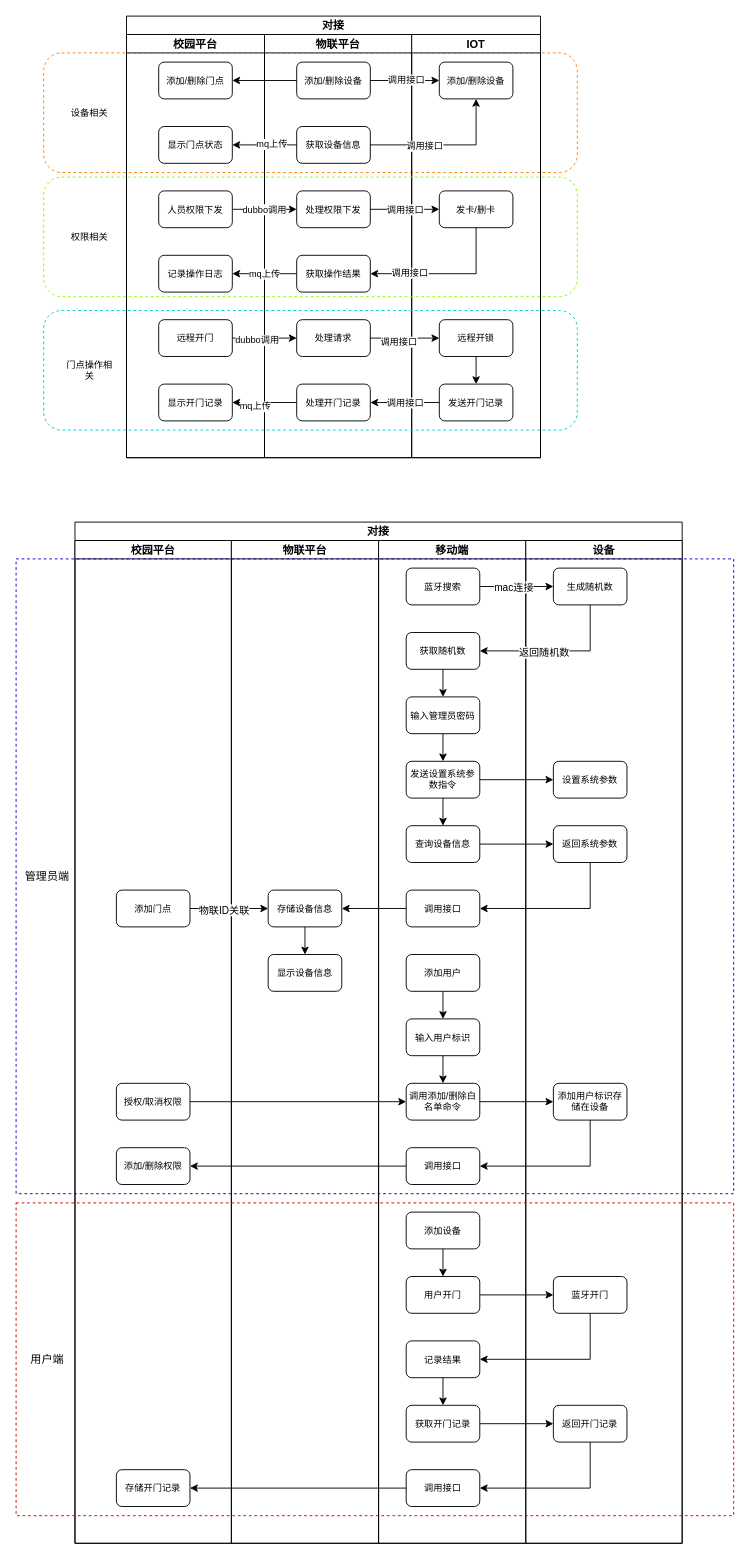
chaselch/chasel-draw-pic keeps this draw.io diagram as page "网关类型门锁对接" (1 of 2) of 禾田对接.drawio. Above is the earlier version. Source tidied: cells renumbered, new cells numbered last; positions are measured from the earlier drawing's top-left corner, leaving out a move shared by most shapes. Both pictures are drawn from the tidied source at 92%, with x=0, y=0 at pixel (16, 16).
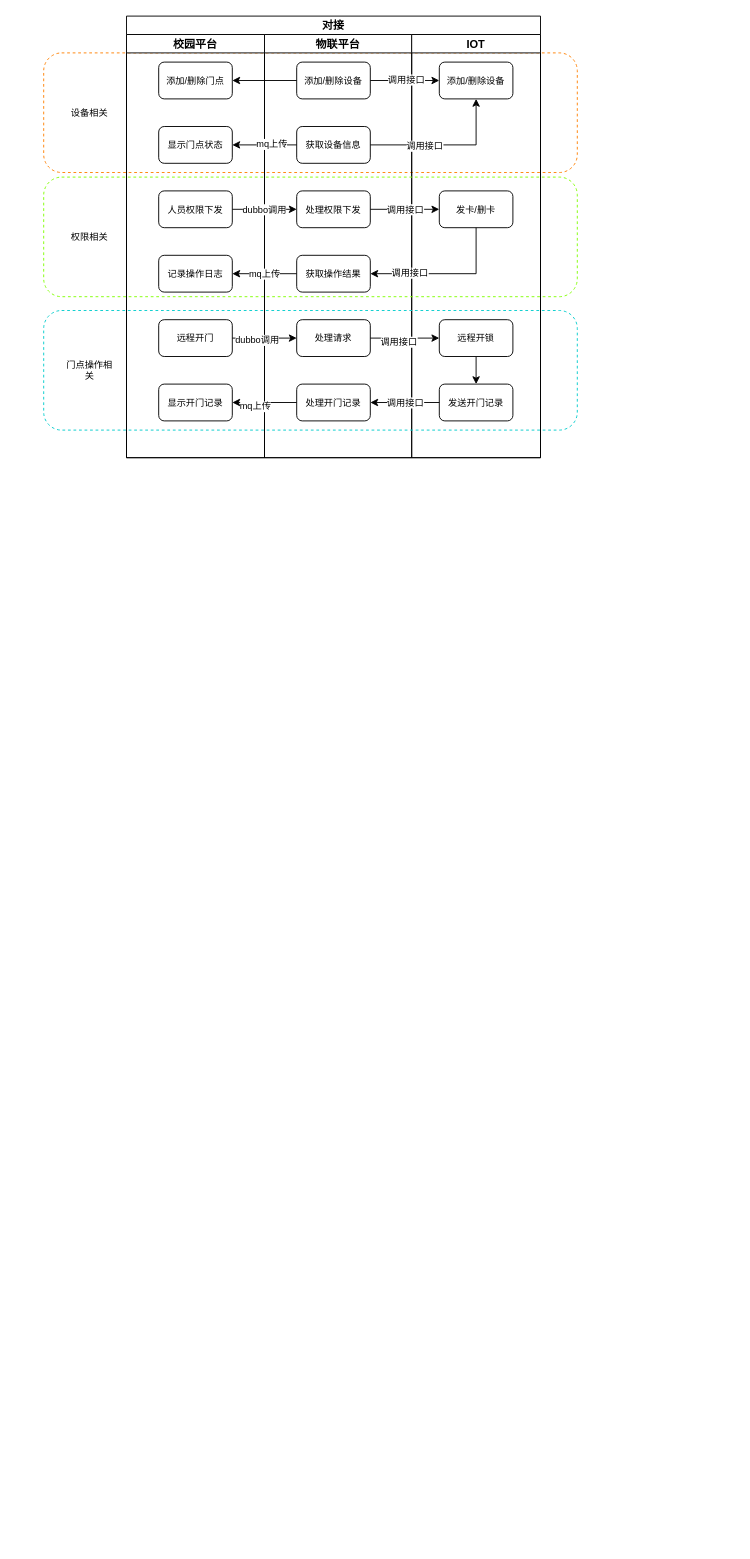
After the change.

Commit message:
更新禾田对接.drawio

Diff of the diagram source:
```diff
@@
-    <mxCell id="49" value="对接" style="swimlane;startSize=20;" parent="1" vertex="1">
-      <mxGeometry x="64" y="550" width="660" height="1110" as="geometry" />
-    </mxCell>
-    <mxCell id="50" value="校园平台" style="swimlane;startSize=20;" parent="49" vertex="1">
-      <mxGeometry y="20" width="170" height="1090" as="geometry" />
-    </mxCell>
-    <mxCell id="51" value="添加门点" style="rounded=1;whiteSpace=wrap;html=1;fontSize=10;" parent="50" vertex="1">
-      <mxGeometry x="45" y="380" width="80" height="40" as="geometry" />
-    </mxCell>
-    <mxCell id="52" value="添加/删除权限" style="rounded=1;whiteSpace=wrap;html=1;fontSize=10;" parent="50" vertex="1">
-      <mxGeometry x="45" y="660" width="80" height="40" as="geometry" />
-    </mxCell>
-    <mxCell id="53" value="授权/取消权限" style="rounded=1;whiteSpace=wrap;html=1;fontSize=10;" parent="50" vertex="1">
-      <mxGeometry x="45" y="590" width="80" height="40" as="geometry" />
-    </mxCell>
-    <mxCell id="54" value="存储开门记录" style="rounded=1;whiteSpace=wrap;html=1;fontSize=10;" parent="50" vertex="1">
-      <mxGeometry x="45" y="1010" width="80" height="40" as="geometry" />
-    </mxCell>
-    <mxCell id="55" value="物联平台" style="swimlane;startSize=20;" parent="49" vertex="1">
-      <mxGeometry x="170" y="20" width="160" height="1090" as="geometry" />
-    </mxCell>
-    <mxCell id="56" style="edgeStyle=orthogonalEdgeStyle;rounded=0;jettySize=auto;html=1;exitX=0.5;exitY=1;exitDx=0;exitDy=0;entryX=0.5;entryY=0;entryDx=0;entryDy=0;startArrow=none;startFill=0;endArrow=classic;endFill=1;" parent="55" edge="1" source="57" target="58">
-      <mxGeometry relative="1" as="geometry" />
-    </mxCell>
-    <mxCell id="57" value="存储设备信息" style="rounded=1;whiteSpace=wrap;html=1;fontSize=10;" parent="55" vertex="1">
-      <mxGeometry x="40" y="380" width="80" height="40" as="geometry" />
-    </mxCell>
-    <mxCell id="58" value="显示设备信息" style="rounded=1;whiteSpace=wrap;html=1;fontSize=10;" parent="55" vertex="1">
-      <mxGeometry x="40" y="450" width="80" height="40" as="geometry" />
-    </mxCell>
-    <mxCell id="59" value="移动端" style="swimlane;startSize=20;" parent="49" vertex="1">
-      <mxGeometry x="330" y="20" width="160" height="1090" as="geometry" />
-    </mxCell>
-    <mxCell id="60" value="蓝牙搜索" style="rounded=1;whiteSpace=wrap;html=1;fontSize=10;" parent="59" vertex="1">
-      <mxGeometry x="30" y="30" width="80" height="40" as="geometry" />
-    </mxCell>
-    <mxCell id="61" style="edgeStyle=orthogonalEdgeStyle;rounded=0;orthogonalLoop=1;jettySize=auto;html=1;exitX=0.5;exitY=1;exitDx=0;exitDy=0;entryX=0.5;entryY=0;entryDx=0;entryDy=0;fontSize=10;" parent="59" edge="1">
-      <mxGeometry relative="1" as="geometry">
-        <mxPoint x="70" y="380" as="targetPoint" />
-      </mxGeometry>
-    </mxCell>
-    <mxCell id="62" style="edgeStyle=orthogonalEdgeStyle;rounded=0;jettySize=auto;html=1;exitX=0.5;exitY=1;exitDx=0;exitDy=0;entryX=0.5;entryY=0;entryDx=0;entryDy=0;startArrow=none;startFill=0;endArrow=classic;endFill=1;" parent="59" edge="1" source="63" target="65">
-      <mxGeometry relative="1" as="geometry" />
-    </mxCell>
-    <mxCell id="63" value="获取随机数" style="rounded=1;whiteSpace=wrap;html=1;fontSize=10;" parent="59" vertex="1">
-      <mxGeometry x="30" y="100" width="80" height="40" as="geometry" />
-    </mxCell>
-    <mxCell id="64" style="edgeStyle=orthogonalEdgeStyle;rounded=0;jettySize=auto;html=1;exitX=0.5;exitY=1;exitDx=0;exitDy=0;entryX=0.5;entryY=0;entryDx=0;entryDy=0;startArrow=none;startFill=0;endArrow=classic;endFill=1;" parent="59" edge="1" source="65" target="67">
-      <mxGeometry relative="1" as="geometry" />
-    </mxCell>
-    <mxCell id="65" value="输入管理员密码" style="rounded=1;whiteSpace=wrap;html=1;fontSize=10;" parent="59" vertex="1">
-      <mxGeometry x="30" y="170" width="80" height="40" as="geometry" />
-    </mxCell>
-    <mxCell id="66" style="edgeStyle=orthogonalEdgeStyle;rounded=0;jettySize=auto;html=1;exitX=0.5;exitY=1;exitDx=0;exitDy=0;entryX=0.5;entryY=0;entryDx=0;entryDy=0;startArrow=none;startFill=0;endArrow=classic;endFill=1;" parent="59" edge="1" source="67" target="68">
-      <mxGeometry relative="1" as="geometry" />
-    </mxCell>
-    <mxCell id="67" value="发送设置系统参数指令" style="rounded=1;whiteSpace=wrap;html=1;fontSize=10;" parent="59" vertex="1">
-      <mxGeometry x="30" y="240" width="80" height="40" as="geometry" />
-    </mxCell>
-    <mxCell id="68" value="查询设备信息" style="rounded=1;whiteSpace=wrap;html=1;fontSize=10;" parent="59" vertex="1">
-      <mxGeometry x="30" y="310" width="80" height="40" as="geometry" />
-    </mxCell>
-    <mxCell id="69" value="调用接口" style="rounded=1;whiteSpace=wrap;html=1;fontSize=10;" parent="59" vertex="1">
-      <mxGeometry x="30" y="380" width="80" height="40" as="geometry" />
-    </mxCell>
-    <mxCell id="70" style="edgeStyle=orthogonalEdgeStyle;rounded=0;jettySize=auto;html=1;exitX=0.5;exitY=1;exitDx=0;exitDy=0;entryX=0.5;entryY=0;entryDx=0;entryDy=0;startArrow=none;startFill=0;endArrow=classic;endFill=1;" parent="59" edge="1" source="71" target="73">
-      <mxGeometry relative="1" as="geometry" />
-    </mxCell>
-    <mxCell id="71" value="添加用户" style="rounded=1;whiteSpace=wrap;html=1;fontSize=10;" parent="59" vertex="1">
-      <mxGeometry x="30" y="450" width="80" height="40" as="geometry" />
-    </mxCell>
-    <mxCell id="72" style="edgeStyle=orthogonalEdgeStyle;rounded=0;jettySize=auto;html=1;exitX=0.5;exitY=1;exitDx=0;exitDy=0;entryX=0.5;entryY=0;entryDx=0;entryDy=0;startArrow=none;startFill=0;endArrow=classic;endFill=1;" parent="59" edge="1" source="73" target="74">
-      <mxGeometry relative="1" as="geometry" />
-    </mxCell>
-    <mxCell id="73" value="输入用户标识" style="rounded=1;whiteSpace=wrap;html=1;fontSize=10;" parent="59" vertex="1">
-      <mxGeometry x="30" y="520" width="80" height="40" as="geometry" />
-    </mxCell>
-    <mxCell id="74" value="调用添加/删除白名单命令" style="rounded=1;whiteSpace=wrap;html=1;fontSize=10;" parent="59" vertex="1">
-      <mxGeometry x="30" y="590" width="80" height="40" as="geometry" />
-    </mxCell>
-    <mxCell id="75" value="调用接口" style="rounded=1;whiteSpace=wrap;html=1;fontSize=10;" parent="59" vertex="1">
-      <mxGeometry x="30" y="660" width="80" height="40" as="geometry" />
-    </mxCell>
-    <mxCell id="76" style="edgeStyle=orthogonalEdgeStyle;rounded=0;jettySize=auto;html=1;exitX=0.5;exitY=1;exitDx=0;exitDy=0;entryX=0.5;entryY=0;entryDx=0;entryDy=0;startArrow=none;startFill=0;endArrow=classic;endFill=1;" parent="59" edge="1" source="77" target="78">
-      <mxGeometry relative="1" as="geometry" />
-    </mxCell>
-    <mxCell id="77" value="添加设备" style="rounded=1;whiteSpace=wrap;html=1;fontSize=10;" parent="59" vertex="1">
-      <mxGeometry x="30" y="730" width="80" height="40" as="geometry" />
-    </mxCell>
-    <mxCell id="78" value="用户开门" style="rounded=1;whiteSpace=wrap;html=1;fontSize=10;" parent="59" vertex="1">
-      <mxGeometry x="30" y="800" width="80" height="40" as="geometry" />
-    </mxCell>
-    <mxCell id="79" value="获取开门记录" style="rounded=1;whiteSpace=wrap;html=1;fontSize=10;" parent="59" vertex="1">
-      <mxGeometry x="30" y="940" width="80" height="40" as="geometry" />
-    </mxCell>
-    <mxCell id="80" style="edgeStyle=orthogonalEdgeStyle;rounded=0;jettySize=auto;html=1;exitX=0.5;exitY=1;exitDx=0;exitDy=0;entryX=0.5;entryY=0;entryDx=0;entryDy=0;startArrow=none;startFill=0;endArrow=classic;endFill=1;" parent="59" edge="1" source="81" target="79">
-      <mxGeometry relative="1" as="geometry" />
-    </mxCell>
-    <mxCell id="81" value="记录结果" style="rounded=1;whiteSpace=wrap;html=1;fontSize=10;" parent="59" vertex="1">
-      <mxGeometry x="30" y="870" width="80" height="40" as="geometry" />
-    </mxCell>
-    <mxCell id="82" value="调用接口" style="rounded=1;whiteSpace=wrap;html=1;fontSize=10;" parent="59" vertex="1">
-      <mxGeometry x="30" y="1010" width="80" height="40" as="geometry" />
-    </mxCell>
-    <mxCell id="83" value="设备" style="swimlane;startSize=20;" parent="49" vertex="1">
-      <mxGeometry x="490" y="20" width="170" height="1090" as="geometry" />
-    </mxCell>
-    <mxCell id="84" value="生成随机数" style="rounded=1;whiteSpace=wrap;html=1;fontSize=10;" parent="83" vertex="1">
-      <mxGeometry x="30" y="30" width="80" height="40" as="geometry" />
-    </mxCell>
-    <mxCell id="85" style="edgeStyle=orthogonalEdgeStyle;rounded=0;orthogonalLoop=1;jettySize=auto;html=1;exitX=0.5;exitY=1;exitDx=0;exitDy=0;entryX=0.5;entryY=0;entryDx=0;entryDy=0;fontSize=10;" parent="83" edge="1">
-      <mxGeometry relative="1" as="geometry">
-        <mxPoint x="70" y="380" as="targetPoint" />
-      </mxGeometry>
-    </mxCell>
-    <mxCell id="86" value="设置系统参数" style="rounded=1;whiteSpace=wrap;html=1;fontSize=10;" parent="83" vertex="1">
-      <mxGeometry x="30" y="240" width="80" height="40" as="geometry" />
-    </mxCell>
-    <mxCell id="87" value="返回系统参数" style="rounded=1;whiteSpace=wrap;html=1;fontSize=10;" parent="83" vertex="1">
-      <mxGeometry x="30" y="310" width="80" height="40" as="geometry" />
-    </mxCell>
-    <mxCell id="88" value="添加用户标识存储在设备" style="rounded=1;whiteSpace=wrap;html=1;fontSize=10;" parent="83" vertex="1">
-      <mxGeometry x="30" y="590" width="80" height="40" as="geometry" />
-    </mxCell>
-    <mxCell id="89" value="蓝牙开门" style="rounded=1;whiteSpace=wrap;html=1;fontSize=10;" parent="83" vertex="1">
-      <mxGeometry x="30" y="800" width="80" height="40" as="geometry" />
-    </mxCell>
-    <mxCell id="90" value="返回开门记录" style="rounded=1;whiteSpace=wrap;html=1;fontSize=10;" parent="83" vertex="1">
-      <mxGeometry x="30" y="940" width="80" height="40" as="geometry" />
-    </mxCell>
-    <mxCell id="91" style="edgeStyle=orthogonalEdgeStyle;rounded=0;jettySize=auto;html=1;exitX=1;exitY=0.5;exitDx=0;exitDy=0;startArrow=none;startFill=0;endArrow=classic;endFill=1;" parent="49" edge="1" source="60" target="84">
-      <mxGeometry relative="1" as="geometry" />
-    </mxCell>
-    <mxCell id="92" value="mac连接" style="edgeLabel;html=1;align=center;verticalAlign=middle;" parent="91" vertex="1">
-      <mxGeometry x="-0.43" relative="1" as="geometry">
-        <mxPoint x="13" as="offset" />
-      </mxGeometry>
-    </mxCell>
-    <mxCell id="93" style="edgeStyle=orthogonalEdgeStyle;rounded=0;jettySize=auto;html=1;exitX=0.5;exitY=1;exitDx=0;exitDy=0;entryX=1;entryY=0.5;entryDx=0;entryDy=0;startArrow=none;startFill=0;endArrow=classic;endFill=1;" parent="49" edge="1" source="84" target="63">
-      <mxGeometry relative="1" as="geometry" />
-    </mxCell>
-    <mxCell id="94" value="返回随机数" style="edgeLabel;html=1;align=center;verticalAlign=middle;" parent="93" vertex="1">
-      <mxGeometry x="0.19" y="1" relative="1" as="geometry" />
-    </mxCell>
-    <mxCell id="95" style="edgeStyle=orthogonalEdgeStyle;rounded=0;jettySize=auto;html=1;exitX=1;exitY=0.5;exitDx=0;exitDy=0;entryX=0;entryY=0.5;entryDx=0;entryDy=0;startArrow=none;startFill=0;endArrow=classic;endFill=1;" parent="49" edge="1" source="67" target="86">
-      <mxGeometry relative="1" as="geometry" />
-    </mxCell>
-    <mxCell id="96" style="edgeStyle=orthogonalEdgeStyle;rounded=0;jettySize=auto;html=1;exitX=1;exitY=0.5;exitDx=0;exitDy=0;entryX=0;entryY=0.5;entryDx=0;entryDy=0;startArrow=none;startFill=0;endArrow=classic;endFill=1;" parent="49" edge="1" source="68" target="87">
-      <mxGeometry relative="1" as="geometry" />
-    </mxCell>
-    <mxCell id="97" style="edgeStyle=orthogonalEdgeStyle;rounded=0;jettySize=auto;html=1;exitX=0.5;exitY=1;exitDx=0;exitDy=0;entryX=1;entryY=0.5;entryDx=0;entryDy=0;startArrow=none;startFill=0;endArrow=classic;endFill=1;" parent="49" edge="1" source="87" target="69">
-      <mxGeometry relative="1" as="geometry" />
-    </mxCell>
-    <mxCell id="98" style="edgeStyle=orthogonalEdgeStyle;rounded=0;jettySize=auto;html=1;exitX=0;exitY=0.5;exitDx=0;exitDy=0;entryX=1;entryY=0.5;entryDx=0;entryDy=0;startArrow=none;startFill=0;endArrow=classic;endFill=1;" parent="49" edge="1" source="69" target="57">
-      <mxGeometry relative="1" as="geometry" />
-    </mxCell>
-    <mxCell id="99" style="edgeStyle=orthogonalEdgeStyle;rounded=0;jettySize=auto;html=1;exitX=1;exitY=0.5;exitDx=0;exitDy=0;entryX=0;entryY=0.5;entryDx=0;entryDy=0;startArrow=none;startFill=0;endArrow=classic;endFill=1;" parent="49" edge="1" source="51" target="57">
-      <mxGeometry relative="1" as="geometry" />
-    </mxCell>
-    <mxCell id="100" value="物联ID关联" style="edgeLabel;html=1;align=center;verticalAlign=middle;" parent="99" vertex="1">
-      <mxGeometry x="-0.15" relative="1" as="geometry">
-        <mxPoint y="1" as="offset" />
-      </mxGeometry>
-    </mxCell>
-    <mxCell id="101" style="edgeStyle=orthogonalEdgeStyle;rounded=0;jettySize=auto;html=1;exitX=1;exitY=0.5;exitDx=0;exitDy=0;entryX=0;entryY=0.5;entryDx=0;entryDy=0;startArrow=none;startFill=0;endArrow=classic;endFill=1;" parent="49" edge="1" source="74" target="88">
-      <mxGeometry relative="1" as="geometry" />
-    </mxCell>
-    <mxCell id="102" style="edgeStyle=orthogonalEdgeStyle;rounded=0;jettySize=auto;html=1;exitX=0.5;exitY=1;exitDx=0;exitDy=0;entryX=1;entryY=0.5;entryDx=0;entryDy=0;startArrow=none;startFill=0;endArrow=classic;endFill=1;" parent="49" edge="1" source="88" target="75">
-      <mxGeometry relative="1" as="geometry" />
-    </mxCell>
-    <mxCell id="103" style="edgeStyle=orthogonalEdgeStyle;rounded=0;jettySize=auto;html=1;exitX=0;exitY=0.5;exitDx=0;exitDy=0;startArrow=none;startFill=0;endArrow=classic;endFill=1;entryX=1;entryY=0.5;entryDx=0;entryDy=0;" parent="49" edge="1" source="75" target="52">
-      <mxGeometry relative="1" as="geometry" />
-    </mxCell>
-    <mxCell id="104" style="edgeStyle=orthogonalEdgeStyle;rounded=0;jettySize=auto;html=1;exitX=1;exitY=0.5;exitDx=0;exitDy=0;entryX=0;entryY=0.5;entryDx=0;entryDy=0;startArrow=none;startFill=0;endArrow=classic;endFill=1;" parent="49" edge="1" source="53" target="74">
-      <mxGeometry relative="1" as="geometry" />
-    </mxCell>
-    <mxCell id="105" style="edgeStyle=orthogonalEdgeStyle;rounded=0;jettySize=auto;html=1;exitX=1;exitY=0.5;exitDx=0;exitDy=0;entryX=0;entryY=0.5;entryDx=0;entryDy=0;startArrow=none;startFill=0;endArrow=classic;endFill=1;" parent="49" edge="1" source="78" target="89">
-      <mxGeometry relative="1" as="geometry" />
-    </mxCell>
-    <mxCell id="106" style="edgeStyle=orthogonalEdgeStyle;rounded=0;jettySize=auto;html=1;exitX=0.5;exitY=1;exitDx=0;exitDy=0;entryX=1;entryY=0.5;entryDx=0;entryDy=0;startArrow=none;startFill=0;endArrow=classic;endFill=1;" parent="49" edge="1" source="89" target="81">
-      <mxGeometry relative="1" as="geometry" />
-    </mxCell>
-    <mxCell id="107" style="edgeStyle=orthogonalEdgeStyle;rounded=0;jettySize=auto;html=1;exitX=1;exitY=0.5;exitDx=0;exitDy=0;entryX=0;entryY=0.5;entryDx=0;entryDy=0;startArrow=none;startFill=0;endArrow=classic;endFill=1;" parent="49" edge="1" source="79" target="90">
-      <mxGeometry relative="1" as="geometry" />
-    </mxCell>
-    <mxCell id="108" style="edgeStyle=orthogonalEdgeStyle;rounded=0;jettySize=auto;html=1;exitX=0.5;exitY=1;exitDx=0;exitDy=0;entryX=1;entryY=0.5;entryDx=0;entryDy=0;startArrow=none;startFill=0;endArrow=classic;endFill=1;" parent="49" edge="1" source="90" target="82">
-      <mxGeometry relative="1" as="geometry" />
-    </mxCell>
-    <mxCell id="109" style="edgeStyle=orthogonalEdgeStyle;rounded=0;jettySize=auto;html=1;exitX=0;exitY=0.5;exitDx=0;exitDy=0;entryX=1;entryY=0.5;entryDx=0;entryDy=0;startArrow=none;startFill=0;endArrow=classic;endFill=1;" parent="49" edge="1" source="82" target="54">
-      <mxGeometry relative="1" as="geometry" />
-    </mxCell>
-    <mxCell id="110" style="rounded=0;whiteSpace=wrap;html=1;fillColor=none;strokeColor=#0000CC;dashed=1;" parent="1" vertex="1">
-      <mxGeometry y="590" width="780" height="690" as="geometry" />
-    </mxCell>
-    <mxCell id="111" value="管理员端" style="text;html=1;strokeColor=none;fillColor=none;align=center;verticalAlign=middle;whiteSpace=wrap;rounded=0;" parent="1" vertex="1">
-      <mxGeometry x="4" y="920" width="60" height="30" as="geometry" />
-    </mxCell>
-    <mxCell id="112" style="rounded=0;whiteSpace=wrap;html=1;dashed=1;strokeColor=#CC0000;fillColor=none;" parent="1" vertex="1">
-      <mxGeometry y="1290" width="780" height="340" as="geometry" />
-    </mxCell>
-    <mxCell id="113" value="用户端" style="text;html=1;strokeColor=none;fillColor=none;align=center;verticalAlign=middle;whiteSpace=wrap;rounded=0;" parent="1" vertex="1">
-      <mxGeometry x="4" y="1445" width="60" height="30" as="geometry" />
-    </mxCell>
```
